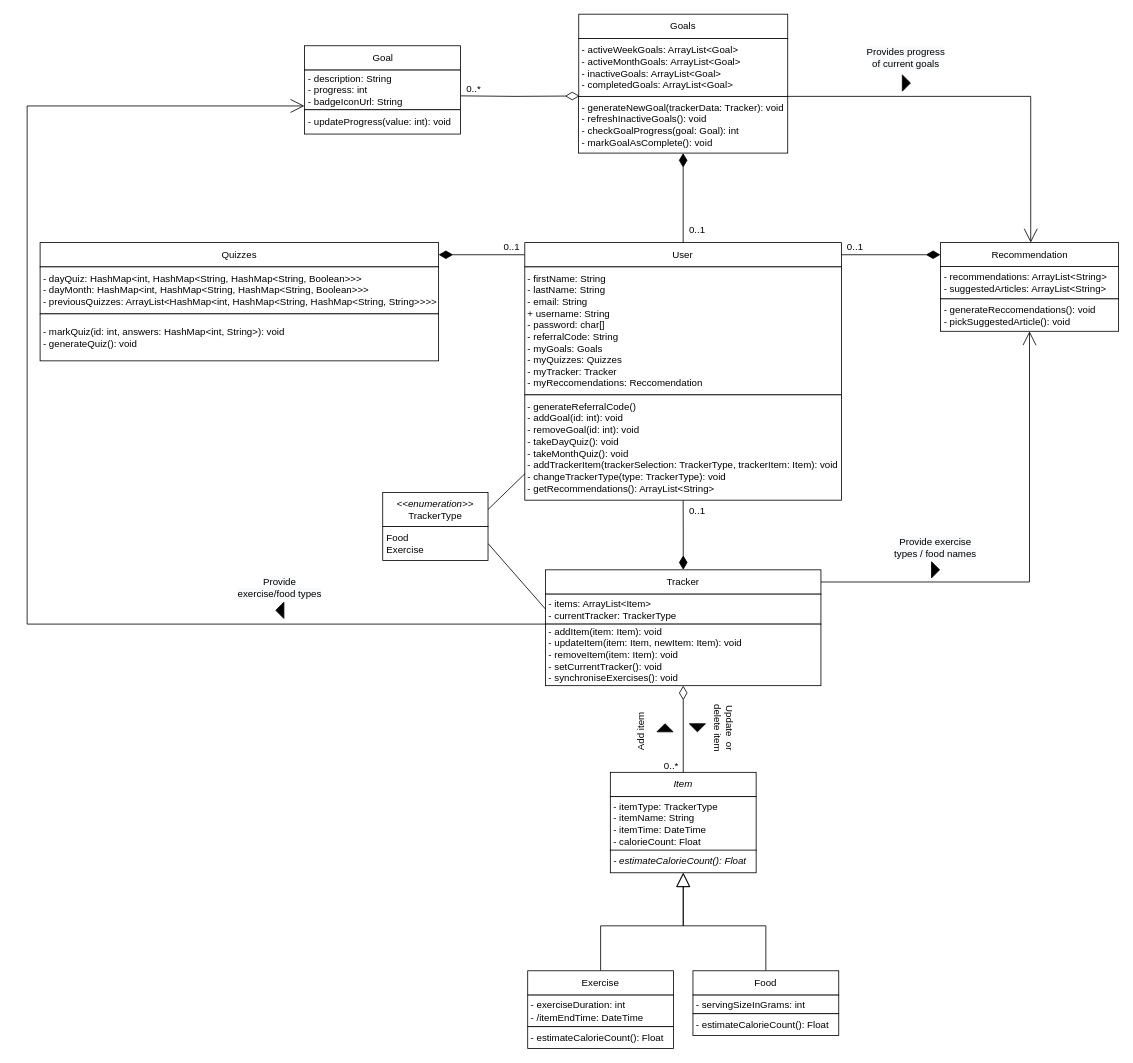
This is Final_class_diagram_improved.drawio from ahammond3aws/DC2SEN, a draw.io file, before an edit. Source tidied: cells renumbered, new cells numbered last; positions are measured from the earlier drawing's top-left corner, leaving out a move shared by most shapes. Both pictures are drawn from the tidied source at 81%, with x=0, y=0 at pixel (27, 14).
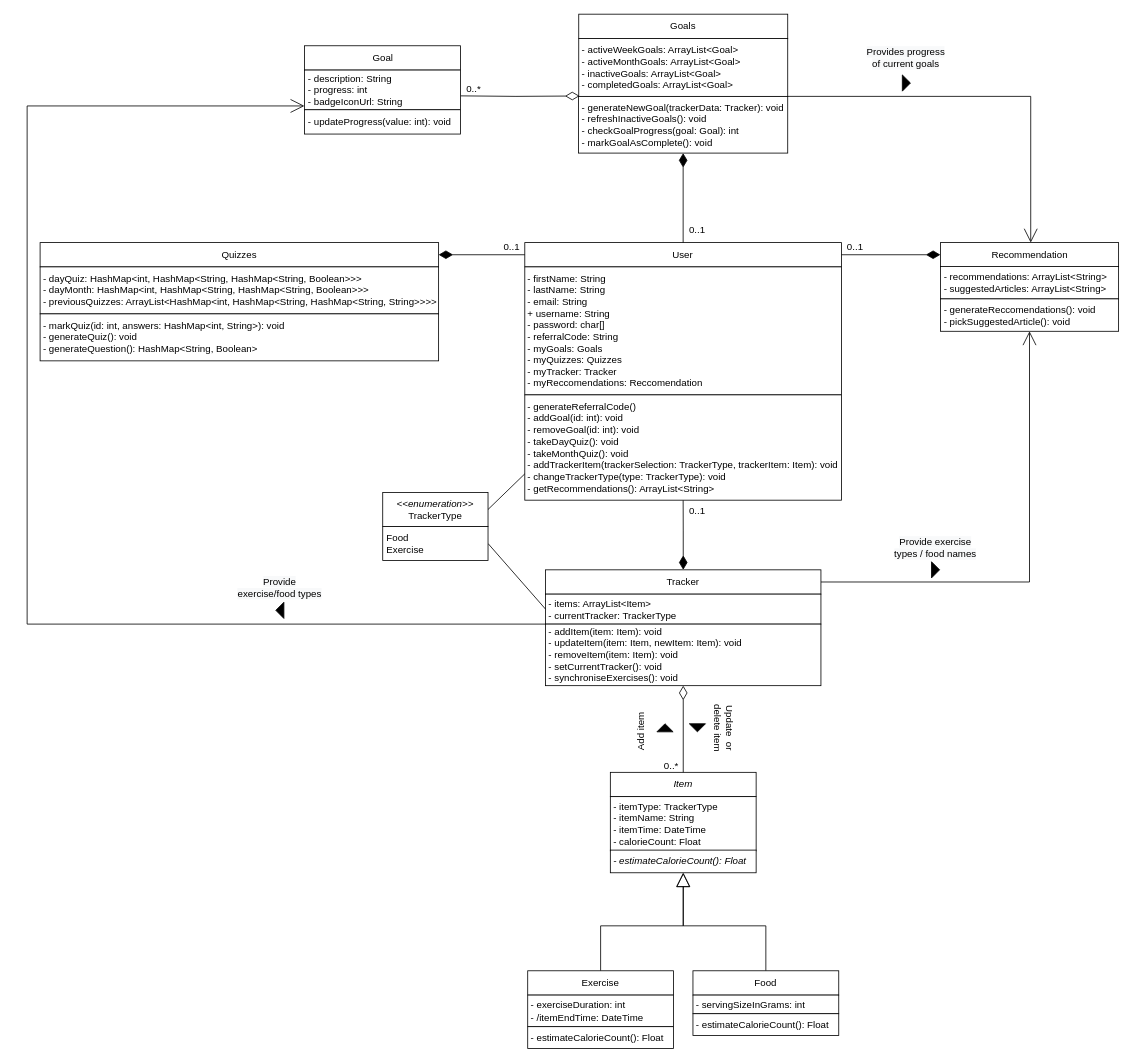
After the change.

Diff of the diagram source:
```diff
@@
-    <mxCell id="45" value="- markQuiz(id: int, answers: HashMap&amp;lt;int, String&amp;gt;): void&lt;br&gt;- generateQuiz(): void" style="rounded=0;whiteSpace=wrap;html=1;align=left;spacingLeft=2;" parent="1" vertex="1">
+    <mxCell id="45" value="- markQuiz(id: int, answers: HashMap&amp;lt;int, String&amp;gt;): void&lt;br&gt;- generateQuiz(): void&lt;br&gt;- generateQuestion(): HashMap&amp;lt;String, Boolean&amp;gt;&amp;nbsp;" style="rounded=0;whiteSpace=wrap;html=1;align=left;spacingLeft=2;" parent="1" vertex="1">
       <mxGeometry x="16" y="370" width="492" height="58" as="geometry" />
     </mxCell>
```
